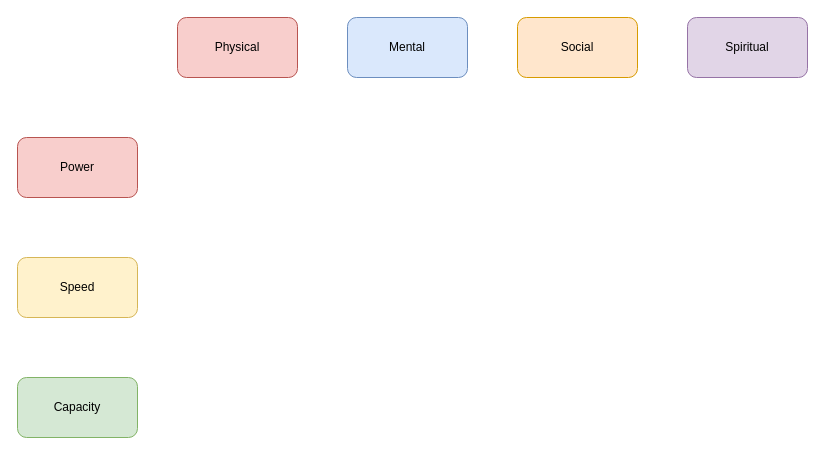
Above: Untitled Diagram.drawio in TedTschopp/Ted-s-RPG (draw.io), before the change. Source tidied: cells renumbered, new cells numbered last; positions are measured from the earlier drawing's top-left corner, leaving out a move shared by most shapes. Both pictures are drawn from the tidied source at 100%, with x=0, y=0 at pixel (17, 17).
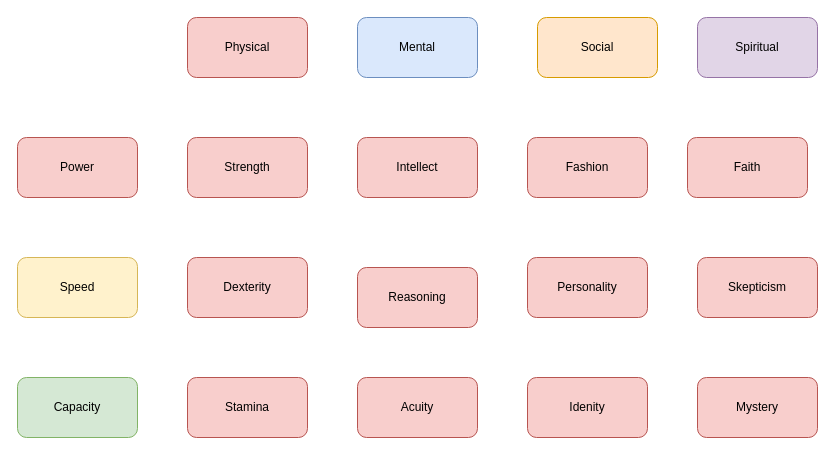
Above is the later version.

Commit message:
Level 1 and Level 2 gives you level 3

The edit, as a diff of the source:
```diff
@@
     <mxCell id="2" value="Physical" style="rounded=1;whiteSpace=wrap;html=1;fillColor=#f8cecc;strokeColor=#b85450;" parent="1" vertex="1">
-      <mxGeometry x="160" width="120" height="60" as="geometry" />
+      <mxGeometry x="170" width="120" height="60" as="geometry" />
     </mxCell>
     <mxCell id="3" value="Spiritual" style="rounded=1;whiteSpace=wrap;html=1;fillColor=#e1d5e7;strokeColor=#9673a6;" parent="1" vertex="1">
-      <mxGeometry x="670" width="120" height="60" as="geometry" />
+      <mxGeometry x="680" width="120" height="60" as="geometry" />
     </mxCell>
     <mxCell id="4" value="Mental" style="rounded=1;whiteSpace=wrap;html=1;fillColor=#dae8fc;strokeColor=#6c8ebf;" parent="1" vertex="1">
-      <mxGeometry x="330" width="120" height="60" as="geometry" />
+      <mxGeometry x="340" width="120" height="60" as="geometry" />
     </mxCell>
     <mxCell id="5" value="Social" style="rounded=1;whiteSpace=wrap;html=1;fillColor=#ffe6cc;strokeColor=#d79b00;" parent="1" vertex="1">
-      <mxGeometry x="500" width="120" height="60" as="geometry" />
+      <mxGeometry x="520" width="120" height="60" as="geometry" />
     </mxCell>
@@
+    <mxCell id="9" value="Strength" style="rounded=1;whiteSpace=wrap;html=1;fillColor=#f8cecc;strokeColor=#b85450;" parent="1" vertex="1">
+      <mxGeometry x="170" y="120" width="120" height="60" as="geometry" />
+    </mxCell>
+    <mxCell id="10" value="Dexterity" style="rounded=1;whiteSpace=wrap;html=1;fillColor=#f8cecc;strokeColor=#b85450;" parent="1" vertex="1">
+      <mxGeometry x="170" y="240" width="120" height="60" as="geometry" />
+    </mxCell>
+    <mxCell id="11" value="Stamina" style="rounded=1;whiteSpace=wrap;html=1;fillColor=#f8cecc;strokeColor=#b85450;" parent="1" vertex="1">
+      <mxGeometry x="170" y="360" width="120" height="60" as="geometry" />
+    </mxCell>
+    <mxCell id="12" value="Intellect" style="rounded=1;whiteSpace=wrap;html=1;fillColor=#f8cecc;strokeColor=#b85450;" parent="1" vertex="1">
+      <mxGeometry x="340" y="120" width="120" height="60" as="geometry" />
+    </mxCell>
+    <mxCell id="13" value="Reasoning" style="rounded=1;whiteSpace=wrap;html=1;fillColor=#f8cecc;strokeColor=#b85450;" parent="1" vertex="1">
+      <mxGeometry x="340" y="250" width="120" height="60" as="geometry" />
+    </mxCell>
+    <mxCell id="14" value="Acuity" style="rounded=1;whiteSpace=wrap;html=1;fillColor=#f8cecc;strokeColor=#b85450;" parent="1" vertex="1">
+      <mxGeometry x="340" y="360" width="120" height="60" as="geometry" />
+    </mxCell>
+    <mxCell id="15" value="Fashion" style="rounded=1;whiteSpace=wrap;html=1;fillColor=#f8cecc;strokeColor=#b85450;" parent="1" vertex="1">
+      <mxGeometry x="510" y="120" width="120" height="60" as="geometry" />
+    </mxCell>
+    <mxCell id="16" value="Personality" style="rounded=1;whiteSpace=wrap;html=1;fillColor=#f8cecc;strokeColor=#b85450;" parent="1" vertex="1">
+      <mxGeometry x="510" y="240" width="120" height="60" as="geometry" />
+    </mxCell>
+    <mxCell id="17" value="Idenity" style="rounded=1;whiteSpace=wrap;html=1;fillColor=#f8cecc;strokeColor=#b85450;" parent="1" vertex="1">
+      <mxGeometry x="510" y="360" width="120" height="60" as="geometry" />
+    </mxCell>
+    <mxCell id="18" value="Faith" style="rounded=1;whiteSpace=wrap;html=1;fillColor=#f8cecc;strokeColor=#b85450;" parent="1" vertex="1">
+      <mxGeometry x="670" y="120" width="120" height="60" as="geometry" />
+    </mxCell>
+    <mxCell id="19" value="Skepticism" style="rounded=1;whiteSpace=wrap;html=1;fillColor=#f8cecc;strokeColor=#b85450;" parent="1" vertex="1">
+      <mxGeometry x="680" y="240" width="120" height="60" as="geometry" />
+    </mxCell>
+    <mxCell id="20" value="Mystery" style="rounded=1;whiteSpace=wrap;html=1;fillColor=#f8cecc;strokeColor=#b85450;" parent="1" vertex="1">
+      <mxGeometry x="680" y="360" width="120" height="60" as="geometry" />
+    </mxCell>
```
